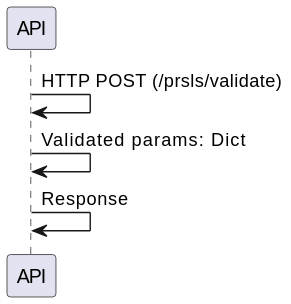
The PlantUML diagram docs/src/internal/diagrams/validate_proposal_api.svg in ska-telescope/ska-oso-services, before a commit.
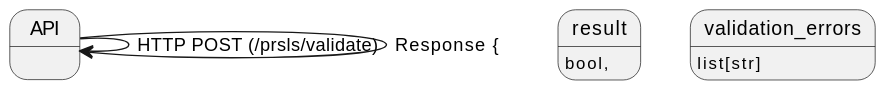
After the commit.

The edit, as a diff of the source:
```diff
@@ -1,5 +1,7 @@
 @startuml
 API -> API: HTTP POST (/prsls/validate)
-API -> API: Validated params: Dict
-API -> API: Response
+API -> API: Response {
+            "result": bool,
+            "validation_errors": list[str]
+        }
 @enduml
```
